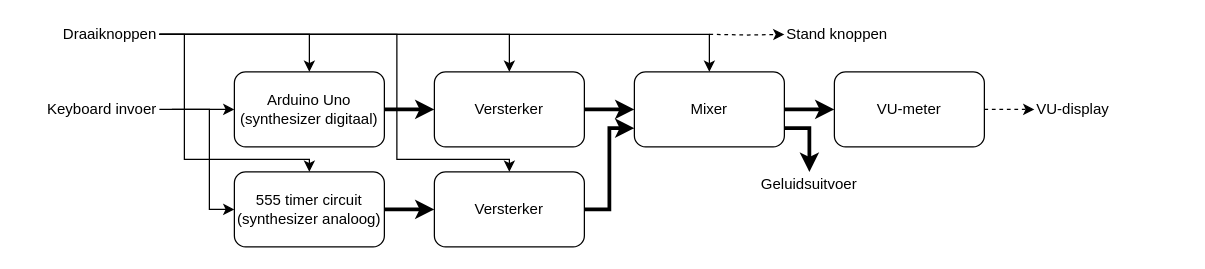
Above: page "level 2" (2 of 2) of docs/stylofoon blokschema.drawio in lonkaars/avans-stylophone (draw.io), before the change. Source tidied: cells renumbered, new cells numbered last; positions are measured from the earlier drawing's top-left corner, leaving out a move shared by most shapes. Both pictures are drawn from the tidied source at 125%, with x=0, y=0 at pixel (21, 21).
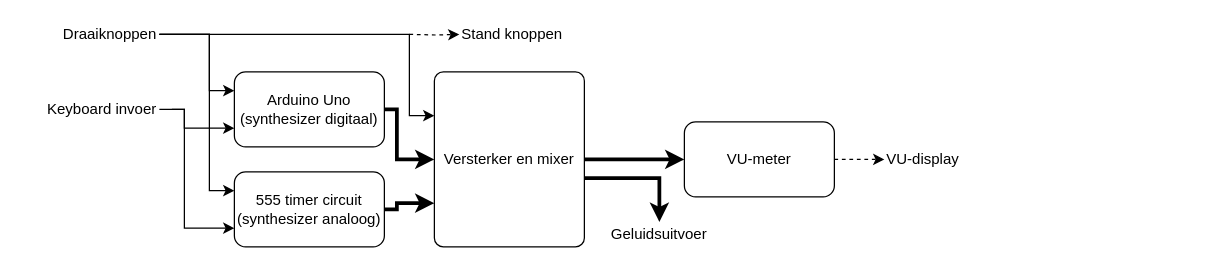
Above is the later version.

The change refers to these unchanged cells:
```xml
<mxCell id="5" value="Arduino Uno&lt;br&gt;(synthesizer digitaal)" style="rounded=1;whiteSpace=wrap;html=1;" parent="1" vertex="1">
  <mxGeometry x="170" y="40" width="120" height="60" as="geometry" />
</mxCell>
<mxCell id="7" value="555 timer circuit&lt;br&gt;(synthesizer analoog)" style="rounded=1;whiteSpace=wrap;html=1;" parent="1" vertex="1">
  <mxGeometry x="170" y="120" width="120" height="60" as="geometry" />
</mxCell>
<mxCell id="20" value="Draaiknoppen" style="text;html=1;strokeColor=none;fillColor=none;align=right;verticalAlign=middle;whiteSpace=wrap;rounded=0;" parent="1" vertex="1">
  <mxGeometry width="110" height="20" as="geometry" />
</mxCell>
```

The edit, as a diff of the source:
```diff
@@
-    <mxCell id="2" style="edgeStyle=orthogonalEdgeStyle;rounded=0;jettySize=auto;html=1;exitX=1;exitY=0.5;exitDx=0;exitDy=0;entryX=0;entryY=0.5;entryDx=0;entryDy=0;strokeWidth=3;" parent="1" edge="1" source="3" target="10">
+    <mxCell id="2" style="edgeStyle=orthogonalEdgeStyle;rounded=0;jettySize=auto;html=1;exitX=1;exitY=0.5;exitDx=0;exitDy=0;entryX=0;entryY=0.5;entryDx=0;entryDy=0;strokeWidth=3;" parent="1" edge="1" source="14" target="10">
       <mxGeometry relative="1" as="geometry" />
     </mxCell>
-    <mxCell id="3" value="Mixer" style="rounded=1;whiteSpace=wrap;html=1;" parent="1" vertex="1">
-      <mxGeometry x="490" y="40" width="120" height="60" as="geometry" />
-    </mxCell>
-    <mxCell id="4" style="edgeStyle=orthogonalEdgeStyle;rounded=0;jettySize=auto;html=1;exitX=1;exitY=0.5;exitDx=0;exitDy=0;entryX=0;entryY=0.5;entryDx=0;entryDy=0;strokeWidth=3;" parent="1" edge="1" source="5" target="14">
-      <mxGeometry relative="1" as="geometry" />
+    <mxCell id="4" style="edgeStyle=orthogonalEdgeStyle;rounded=0;jettySize=auto;html=1;exitX=1;exitY=0.5;exitDx=0;exitDy=0;strokeWidth=3;entryX=0;entryY=0.5;entryDx=0;entryDy=0;" parent="1" edge="1" source="5" target="14">
+      <mxGeometry relative="1" as="geometry">
+        <Array as="points">
+          <mxPoint x="300" y="70" />
+          <mxPoint x="300" y="110" />
+        </Array>
+      </mxGeometry>
     </mxCell>
@@
-    <mxCell id="6" style="edgeStyle=orthogonalEdgeStyle;rounded=0;jettySize=auto;html=1;exitX=1;exitY=0.5;exitDx=0;exitDy=0;entryX=0;entryY=0.5;entryDx=0;entryDy=0;strokeWidth=3;" parent="1" edge="1" source="7" target="27">
-      <mxGeometry relative="1" as="geometry" />
+    <mxCell id="6" style="edgeStyle=orthogonalEdgeStyle;rounded=0;jettySize=auto;html=1;exitX=1;exitY=0.5;exitDx=0;exitDy=0;strokeWidth=3;entryX=0;entryY=0.75;entryDx=0;entryDy=0;" parent="1" edge="1" source="7" target="14">
+      <mxGeometry relative="1" as="geometry">
+        <Array as="points">
+          <mxPoint x="300" y="150" />
+          <mxPoint x="300" y="145" />
+        </Array>
+      </mxGeometry>
     </mxCell>
@@
-    <mxCell id="8" style="edgeStyle=orthogonalEdgeStyle;rounded=0;jettySize=auto;html=1;entryX=0;entryY=0.5;entryDx=0;entryDy=0;" parent="1" edge="1" target="5">
+    <mxCell id="8" style="edgeStyle=orthogonalEdgeStyle;rounded=0;jettySize=auto;html=1;entryX=0;entryY=0.75;entryDx=0;entryDy=0;" parent="1" edge="1" target="5">
       <mxGeometry relative="1" as="geometry">
         <mxPoint x="120" y="70" as="sourcePoint" />
         <Array as="points">
           <mxPoint x="130" y="70" />
+          <mxPoint x="130" y="85" />
         </Array>
       </mxGeometry>
     </mxCell>
-    <mxCell id="9" style="edgeStyle=orthogonalEdgeStyle;rounded=0;jettySize=auto;html=1;entryX=0;entryY=0.5;entryDx=0;entryDy=0;" parent="1" edge="1" target="7">
+    <mxCell id="9" style="edgeStyle=orthogonalEdgeStyle;rounded=0;jettySize=auto;html=1;entryX=0;entryY=0.75;entryDx=0;entryDy=0;" parent="1" edge="1" target="7">
       <mxGeometry relative="1" as="geometry">
         <mxPoint x="110" y="70" as="sourcePoint" />
         <Array as="points">
-          <mxPoint x="150" y="70" />
-          <mxPoint x="150" y="150" />
+          <mxPoint x="130" y="70" />
+          <mxPoint x="130" y="165" />
         </Array>
       </mxGeometry>
     </mxCell>
     <mxCell id="10" value="VU-meter" style="rounded=1;whiteSpace=wrap;html=1;" parent="1" vertex="1">
-      <mxGeometry x="650" y="40" width="120" height="60" as="geometry" />
+      <mxGeometry x="530" y="80" width="120" height="60" as="geometry" />
     </mxCell>
-    <mxCell id="11" style="edgeStyle=orthogonalEdgeStyle;rounded=0;jettySize=auto;html=1;entryX=0.5;entryY=0;entryDx=0;entryDy=0;" parent="1" edge="1" target="5">
+    <mxCell id="11" style="edgeStyle=orthogonalEdgeStyle;rounded=0;jettySize=auto;html=1;entryX=0;entryY=0.25;entryDx=0;entryDy=0;" parent="1" edge="1" target="5">
       <mxGeometry relative="1" as="geometry">
         <mxPoint x="110" y="10" as="sourcePoint" />
         <Array as="points">
-          <mxPoint x="130" y="10" />
-          <mxPoint x="230" y="10" />
+          <mxPoint x="150" y="10" />
+          <mxPoint x="150" y="55" />
         </Array>
       </mxGeometry>
     </mxCell>
-    <mxCell id="12" style="edgeStyle=orthogonalEdgeStyle;rounded=0;jettySize=auto;html=1;entryX=0.5;entryY=0;entryDx=0;entryDy=0;" parent="1" edge="1" target="14">
+    <mxCell id="12" style="edgeStyle=orthogonalEdgeStyle;rounded=0;jettySize=auto;html=1;entryX=0;entryY=0.25;entryDx=0;entryDy=0;" parent="1" edge="1" target="14">
       <mxGeometry relative="1" as="geometry">
         <mxPoint x="110" y="10" as="sourcePoint" />
         <Array as="points">
-          <mxPoint x="130" y="10" />
-          <mxPoint x="390" y="10" />
+          <mxPoint x="310" y="10" />
+          <mxPoint x="310" y="75" />
         </Array>
       </mxGeometry>
     </mxCell>
-    <mxCell id="13" style="edgeStyle=orthogonalEdgeStyle;rounded=0;jettySize=auto;html=1;exitX=1;exitY=0.5;exitDx=0;exitDy=0;entryX=0;entryY=0.5;entryDx=0;entryDy=0;strokeWidth=3;" parent="1" edge="1" source="14" target="3">
-      <mxGeometry relative="1" as="geometry" />
-    </mxCell>
-    <mxCell id="14" value="Versterker" style="rounded=1;whiteSpace=wrap;html=1;" parent="1" vertex="1">
-      <mxGeometry x="330" y="40" width="120" height="60" as="geometry" />
+    <mxCell id="14" value="Versterker en mixer" style="rounded=1;whiteSpace=wrap;html=1;arcSize=6;" parent="1" vertex="1">
+      <mxGeometry x="330" y="40" width="120" height="140" as="geometry" />
     </mxCell>
-    <mxCell id="15" style="edgeStyle=orthogonalEdgeStyle;rounded=0;jettySize=auto;html=1;exitX=1;exitY=0.75;exitDx=0;exitDy=0;strokeWidth=3;entryX=0.5;entryY=0;entryDx=0;entryDy=0;" parent="1" edge="1" source="3" target="22">
+    <mxCell id="15" style="edgeStyle=orthogonalEdgeStyle;rounded=0;jettySize=auto;html=1;strokeWidth=3;entryX=0.5;entryY=0;entryDx=0;entryDy=0;exitX=1;exitY=0.607;exitDx=0;exitDy=0;exitPerimeter=0;" parent="1" edge="1" source="14" target="22">
       <mxGeometry relative="1" as="geometry">
         <Array as="points">
-          <mxPoint x="630" y="85" />
+          <mxPoint x="510" y="125" />
         </Array>
       </mxGeometry>
     </mxCell>
@@
-    <mxCell id="17" style="edgeStyle=orthogonalEdgeStyle;rounded=0;jettySize=auto;html=1;exitX=1;exitY=0.5;exitDx=0;exitDy=0;entryX=0.5;entryY=0;entryDx=0;entryDy=0;strokeWidth=1;" parent="1" edge="1" source="20" target="7">
+    <mxCell id="17" style="edgeStyle=orthogonalEdgeStyle;rounded=0;jettySize=auto;html=1;exitX=1;exitY=0.5;exitDx=0;exitDy=0;entryX=0;entryY=0.25;entryDx=0;entryDy=0;strokeWidth=1;" parent="1" edge="1" source="20" target="7">
       <mxGeometry relative="1" as="geometry">
         <Array as="points">
-          <mxPoint x="130" y="10" />
-          <mxPoint x="130" y="110" />
-          <mxPoint x="230" y="110" />
+          <mxPoint x="150" y="10" />
+          <mxPoint x="150" y="135" />
         </Array>
       </mxGeometry>
     </mxCell>
-    <mxCell id="18" style="edgeStyle=orthogonalEdgeStyle;rounded=0;jettySize=auto;html=1;exitX=1;exitY=0.5;exitDx=0;exitDy=0;entryX=0.5;entryY=0;entryDx=0;entryDy=0;strokeWidth=1;" parent="1" edge="1" source="20" target="3">
-      <mxGeometry relative="1" as="geometry" />
-    </mxCell>
-    <mxCell id="19" style="edgeStyle=orthogonalEdgeStyle;rounded=0;jettySize=auto;html=1;exitX=1;exitY=0.5;exitDx=0;exitDy=0;entryX=0.5;entryY=0;entryDx=0;entryDy=0;strokeWidth=1;" parent="1" edge="1" source="20" target="27">
-      <mxGeometry relative="1" as="geometry">
-        <Array as="points">
-          <mxPoint x="300" y="10" />
-          <mxPoint x="300" y="110" />
-          <mxPoint x="390" y="110" />
-        </Array>
-      </mxGeometry>
-    </mxCell>
@@
     <mxCell id="22" value="Geluidsuitvoer" style="text;html=1;strokeColor=none;fillColor=none;align=center;verticalAlign=middle;whiteSpace=wrap;rounded=0;" parent="1" vertex="1">
-      <mxGeometry x="570" y="120" width="120" height="20" as="geometry" />
+      <mxGeometry x="450" y="160" width="120" height="20" as="geometry" />
     </mxCell>
     <mxCell id="23" value="VU-display" style="text;html=1;strokeColor=none;fillColor=none;align=left;verticalAlign=middle;whiteSpace=wrap;rounded=0;" parent="1" vertex="1">
-      <mxGeometry x="810" y="60" width="120" height="20" as="geometry" />
+      <mxGeometry x="690" y="100" width="120" height="20" as="geometry" />
     </mxCell>
     <mxCell id="24" style="edgeStyle=orthogonalEdgeStyle;rounded=0;jettySize=auto;html=1;strokeWidth=1;dashed=1;entryX=0;entryY=0.5;entryDx=0;entryDy=0;" parent="1" edge="1" target="25">
       <mxGeometry relative="1" as="geometry">
-        <mxPoint x="550" y="10" as="sourcePoint" />
+        <mxPoint x="310" y="10" as="sourcePoint" />
       </mxGeometry>
     </mxCell>
     <mxCell id="25" value="Stand knoppen" style="text;html=1;strokeColor=none;fillColor=none;align=left;verticalAlign=middle;whiteSpace=wrap;rounded=0;" parent="1" vertex="1">
-      <mxGeometry x="610" width="120" height="20" as="geometry" />
+      <mxGeometry x="350" width="120" height="20" as="geometry" />
     </mxCell>
-    <mxCell id="26" style="edgeStyle=orthogonalEdgeStyle;rounded=0;jettySize=auto;html=1;exitX=1;exitY=0.5;exitDx=0;exitDy=0;entryX=0;entryY=0.75;entryDx=0;entryDy=0;strokeWidth=3;" parent="1" edge="1" source="27" target="3">
-      <mxGeometry relative="1" as="geometry" />
-    </mxCell>
-    <mxCell id="27" value="Versterker" style="rounded=1;whiteSpace=wrap;html=1;" parent="1" vertex="1">
-      <mxGeometry x="330" y="120" width="120" height="60" as="geometry" />
-    </mxCell>
```
